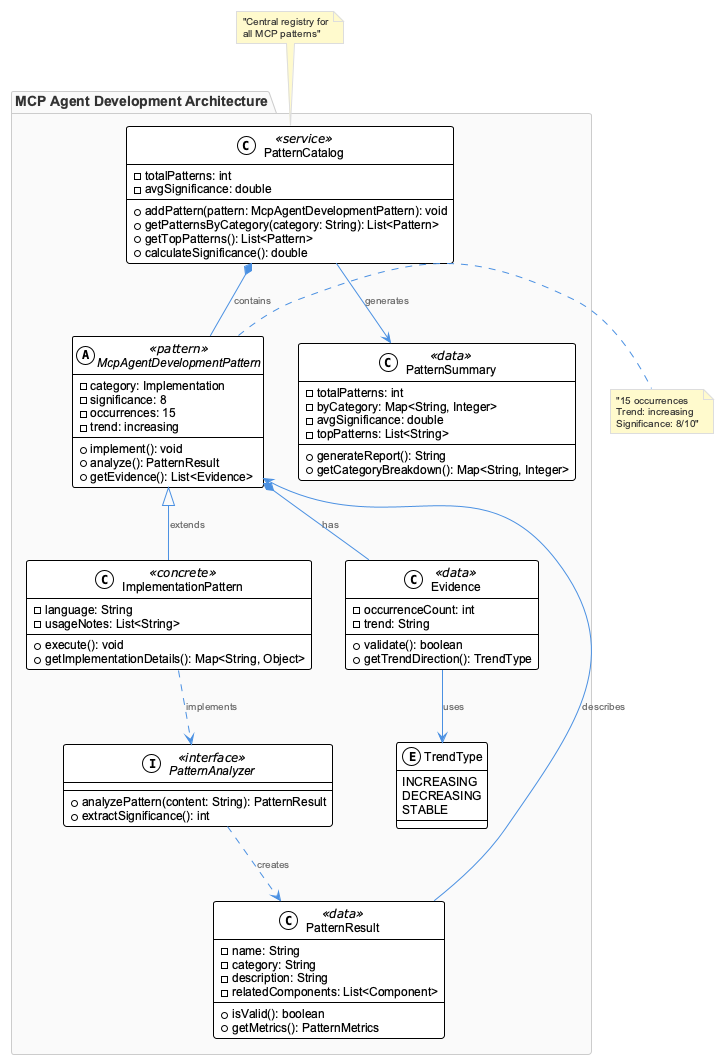
Earlier version of the PlantUML export knowledge-management/insights/images/mcp-agent-development-pattern-class.png (fwornle/coding).
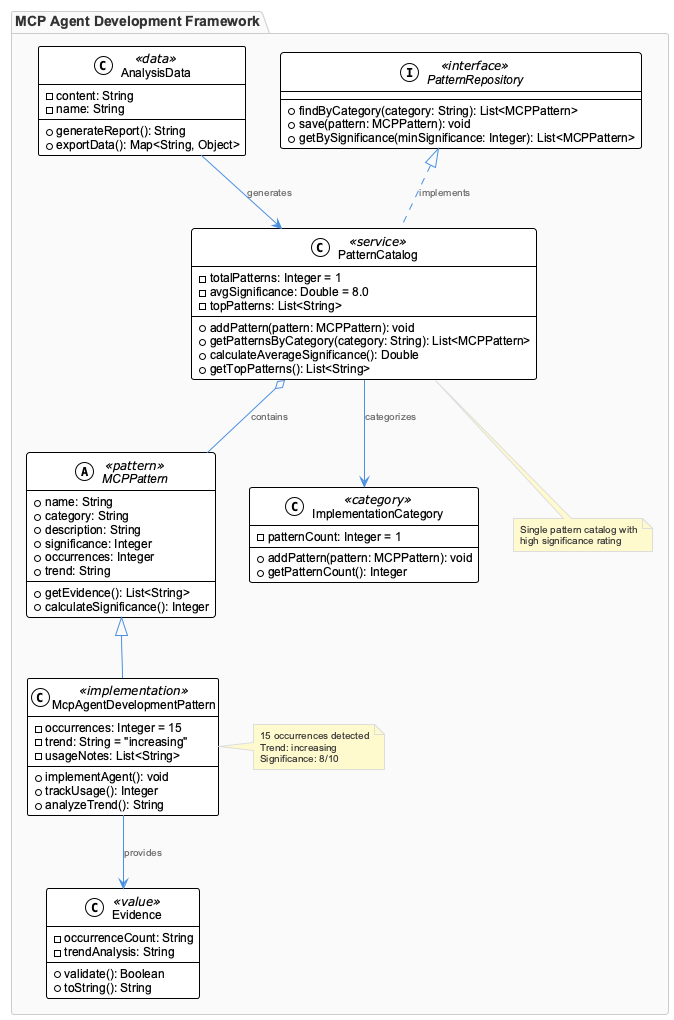
After the commit.

Change to the diagram source:
```diff
@@ -1,81 +1,80 @@
 @startuml
 !include /Users/q284340/Agentic/coding/docs/puml/_standard-style.puml
 
-package "MCP Agent Development Architecture" {
+package "MCP Agent Development Framework" {
 
-    abstract class McpAgentDevelopmentPattern <<pattern>> {
-        -category: Implementation
-        -significance: 8
-        -occurrences: 15
-        -trend: increasing
-        +implement(): void
-        +analyze(): PatternResult
-        +getEvidence(): List<Evidence>
+    abstract class MCPPattern <<pattern>> {
+        +name: String
+        +category: String
+        +description: String
+        +significance: Integer
+        +occurrences: Integer
+        +trend: String
+        +getEvidence(): List<String>
+        +calculateSignificance(): Integer
+    }
+
+    class McpAgentDevelopmentPattern <<implementation>> {
+        -occurrences: Integer = 15
+        -trend: String = "increasing"
+        -usageNotes: List<String>
+        +implementAgent(): void
+        +trackUsage(): Integer
+        +analyzeTrend(): String
     }
 
     class PatternCatalog <<service>> {
-        -totalPatterns: int
-        -avgSignificance: double
-        +addPattern(pattern: McpAgentDevelopmentPattern): void
-        +getPatternsByCategory(category: String): List<Pattern>
-        +getTopPatterns(): List<Pattern>
-        +calculateSignificance(): double
+        -totalPatterns: Integer = 1
+        -avgSignificance: Double = 8.0
+        -topPatterns: List<String>
+        +addPattern(pattern: MCPPattern): void
+        +getPatternsByCategory(category: String): List<MCPPattern>
+        +calculateAverageSignificance(): Double
+        +getTopPatterns(): List<String>
     }
 
-    class ImplementationPattern <<concrete>> {
-        -language: String
-        -usageNotes: List<String>
-        +execute(): void
-        +getImplementationDetails(): Map<String, Object>
+    class ImplementationCategory <<category>> {
+        -patternCount: Integer = 1
+        +addPattern(pattern: MCPPattern): void
+        +getPatternCount(): Integer
     }
 
-    class Evidence <<data>> {
-        -occurrenceCount: int
-        -trend: String
-        +validate(): boolean
-        +getTrendDirection(): TrendType
+    class AnalysisData <<data>> {
+        -content: String
+        -name: String
+        +generateReport(): String
+        +exportData(): Map<String, Object>
     }
 
-    class PatternSummary <<data>> {
-        -totalPatterns: int
-        -byCategory: Map<String, Integer>
-        -avgSignificance: double
-        -topPatterns: List<String>
-        +generateReport(): String
-        +getCategoryBreakdown(): Map<String, Integer>
+    interface PatternRepository <<interface>> {
+        +findByCategory(category: String): List<MCPPattern>
+        +save(pattern: MCPPattern): void
+        +getBySignificance(minSignificance: Integer): List<MCPPattern>
     }
 
-    enum TrendType {
-        INCREASING
-        DECREASING
-        STABLE
+    class Evidence <<value>> {
+        -occurrenceCount: String
+        -trendAnalysis: String
+        +validate(): Boolean
+        +toString(): String
     }
 
-    interface PatternAnalyzer <<interface>> {
-        +analyzePattern(content: String): PatternResult
-        +extractSignificance(): int
-    }
+    MCPPattern <|-- McpAgentDevelopmentPattern
+    PatternCatalog o-- MCPPattern : contains
+    PatternCatalog --> ImplementationCategory : categorizes
+    McpAgentDevelopmentPattern --> Evidence : provides
+    AnalysisData --> PatternCatalog : generates
+    PatternRepository <|.. PatternCatalog : implements
 
-    class PatternResult <<data>> {
-        -name: String
-        -category: String
-        -description: String
-        -relatedComponents: List<Component>
-        +isValid(): boolean
-        +getMetrics(): PatternMetrics
-    }
+    note right of McpAgentDevelopmentPattern
+        15 occurrences detected
+        Trend: increasing
+        Significance: 8/10
+    end note
+
+    note bottom of PatternCatalog
+        Single pattern catalog with
+        high significance rating
+    end note
 }
-
-PatternCatalog *-- McpAgentDevelopmentPattern : contains
-McpAgentDevelopmentPattern <|-- ImplementationPattern : extends
-McpAgentDevelopmentPattern *-- Evidence : has
-PatternCatalog --> PatternSummary : generates
-Evidence --> TrendType : uses
-PatternAnalyzer ..> PatternResult : creates
-ImplementationPattern ..> PatternAnalyzer : implements
-PatternResult --> McpAgentDevelopmentPattern : describes
-
-note right of McpAgentDevelopmentPattern : "15 occurrences\nTrend: increasing\nSignificance: 8/10"
-note top of PatternCatalog : "Central registry for\nall MCP patterns"
-
 @enduml
```
